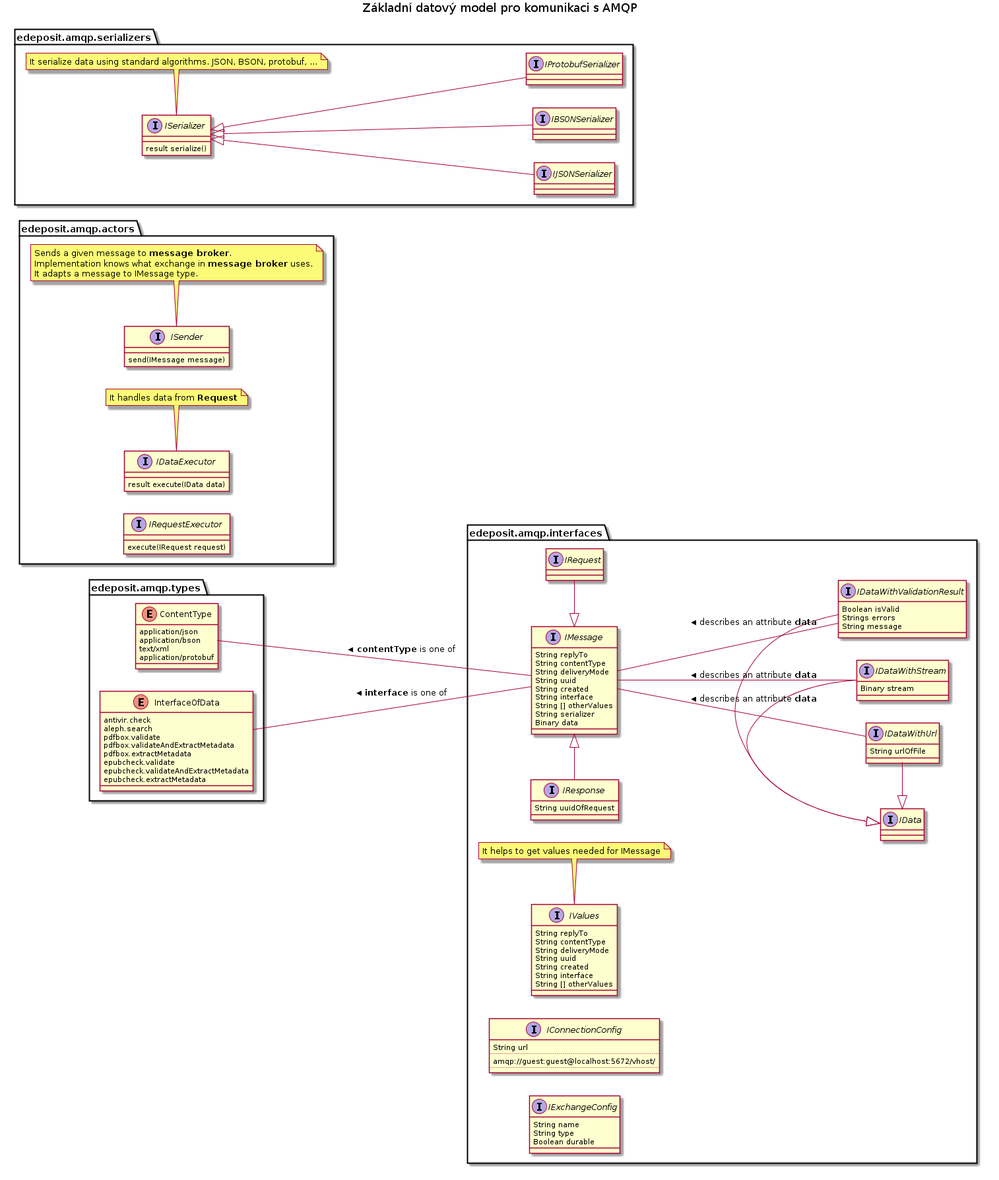
This is docs/middleware/dm00.png from edeposit/edeposit, a PlantUML export, as it was before one commit.
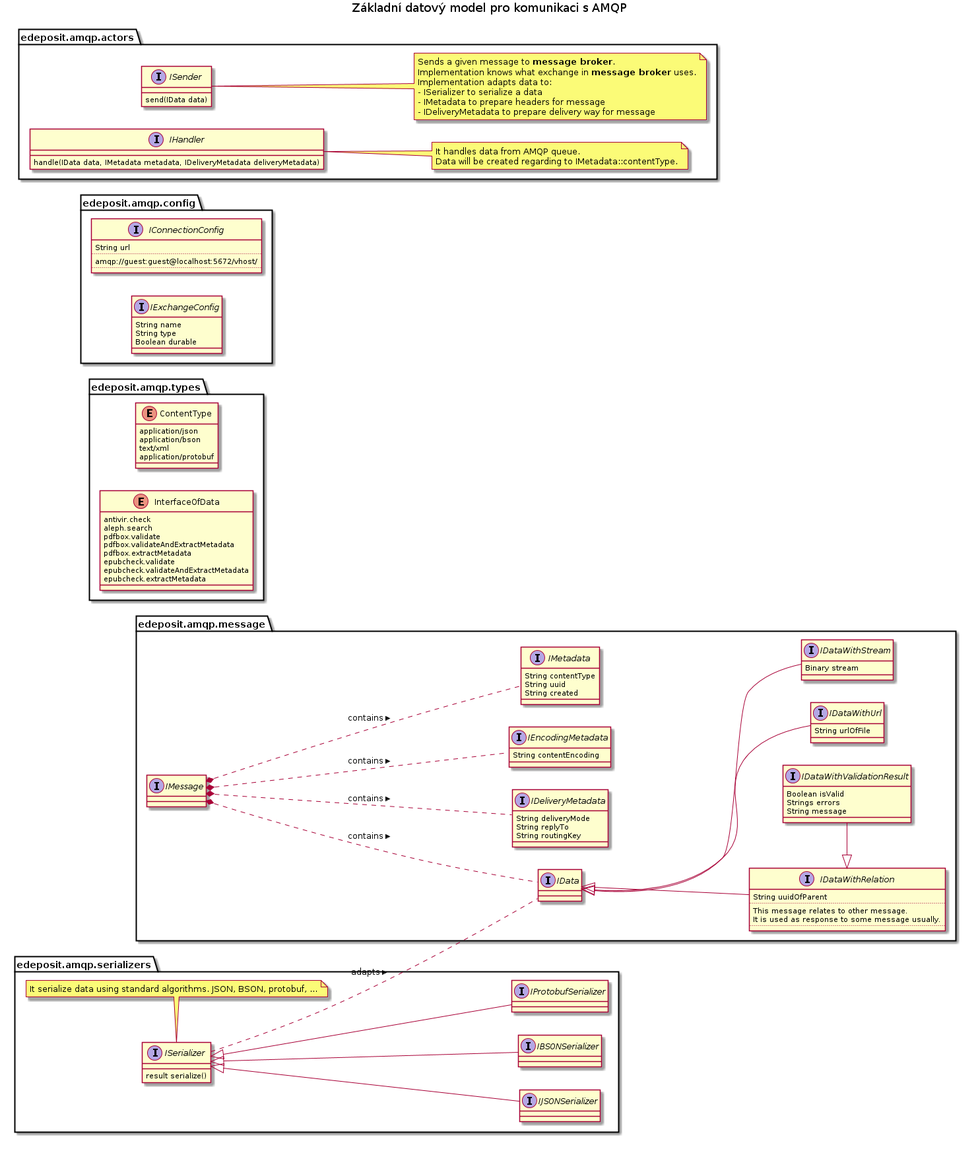
Above is the later version.

The edit, as a diff of the source:
```diff
@@ -23,8 +23,7 @@
 }
 }
 
-
-package edeposit.amqp.interfaces {
+package edeposit.amqp.config {
 Interface IConnectionConfig {
       String url
       ..
@@ -37,31 +36,43 @@
       String type
       Boolean durable
 }
+}
 
-Interface IMessage {
+package edeposit.amqp.message {
+Interface IDeliveryMetadata {
+      String deliveryMode
       String replyTo
+      String routingKey
+}
+
+Interface IEncodingMetadata {
+      String contentEncoding
+}
+
+Interface IMetadata {
       String contentType
-      String deliveryMode
       String uuid
       String created
-      String interface
-      String [] otherValues
-      String serializer
-      Binary data
 }
 
-interface IRequest {
+Interface IData {
 }
 
-interface IResponse {
-      String uuidOfRequest
+interface IDataWithRelation {
+      String uuidOfParent
+      ..
+      This message relates to other message.
+      It is used as response to some message usually.
+      ..
 }
 
-IMessage <|-right- IRequest
-IMessage <|-left- IResponse
+interface IMessage {
+}
 
-        interface IData {
-        }
+IMessage *.. IData : > contains
+IMessage *.. IDeliveryMetadata : > contains
+IMessage *.. IMetadata : > contains
+IMessage *.. IEncodingMetadata : > contains
 
         interface IDataWithUrl {
               String urlOfFile
@@ -77,52 +88,34 @@
                   String message
         }
 
-        IData <|-right- IDataWithUrl
-        IData <|-right- IDataWithStream
-        IData <|-right- IDataWithValidationResult
+IDataWithRelation <|- IDataWithValidationResult
 
-        interface IValues {
-              String replyTo
-              String contentType
-              String deliveryMode
-              String uuid
-              String created
-              String interface
-              String [] otherValues
-        }
-        note bottom
-        It helps to get values needed for IMessage
-        end note
+IData <|-- IDataWithRelation
+IData <|-- IDataWithUrl
+IData <|-- IDataWithStream
+
 }
-
-
-IMessage -- IDataWithUrl : < describes an attribute <b>data</b>
-IMessage -- IDataWithStream : < describes an attribute <b>data</b>
-IMessage -left- ContentType : <b>contentType</b> is one of >
-IMessage -left- InterfaceOfData : <b>interface</b> is one of >
-
-IMessage -- IDataWithValidationResult : < describes an attribute <b>data</b>
 
 package edeposit.amqp.actors {
         interface ISender {
-                send(IMessage message)
+                send(IData data)
         }
-        note bottom
+        note right
         Sends a given message to <b>message broker</b>.
         Implementation knows what exchange in <b>message broker</b> uses.
-        It adapts a message to IMessage type.
+        Implementation adapts data to:
+        - ISerializer to serialize a data
+        - IMetadata to prepare headers for message
+        - IDeliveryMetadata to prepare delivery way for message
         end note
 
-        interface IDataExecutor {
-                  result execute(IData data)
+        interface IHandler {
+                  handle(IData data, IMetadata metadata, IDeliveryMetadata deliveryMetadata)
         }
-        note bottom
-        It handles data from <b>Request</b>
+        note right
+        It handles data from AMQP queue.
+        Data will be created regarding to IMetadata::contentType.
         end note
-
-        interface IRequestExecutor {
-                  execute(IRequest request)
-        }
 }
 
 package edeposit.amqp.serializers {
@@ -147,5 +140,6 @@
         ISerializer <|-- IProtobufSerializer
 }
 
+ISerializer .. IData : > adapts
 
 @enduml
```
